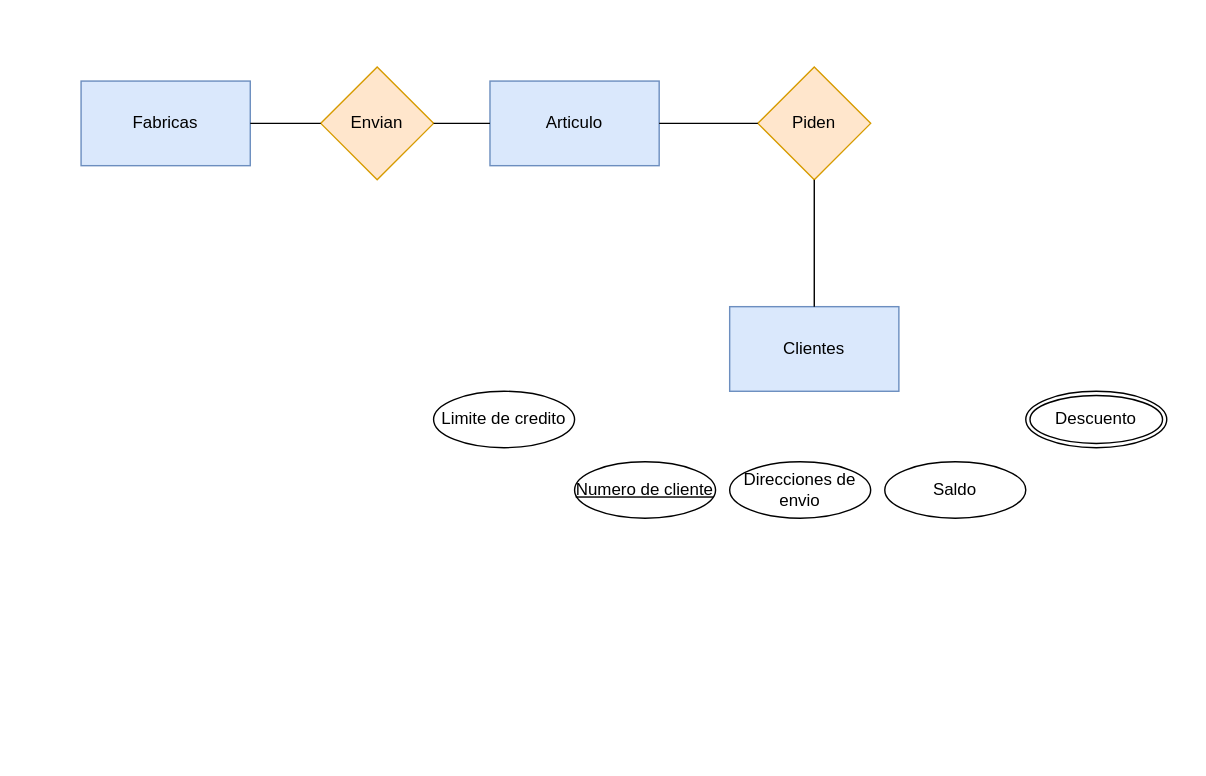
The draw.io diagram Unidad1/Tareas/Tarea 2/Diagrama sin título.drawio in JVC0/Base-Datos, before the edit. Source tidied: cells renumbered, new cells numbered last; positions are measured from the earlier drawing's top-left corner, leaving out a move shared by most shapes. Both pictures are drawn from the tidied source at 141%, with x=0, y=0 at pixel (80, 66).
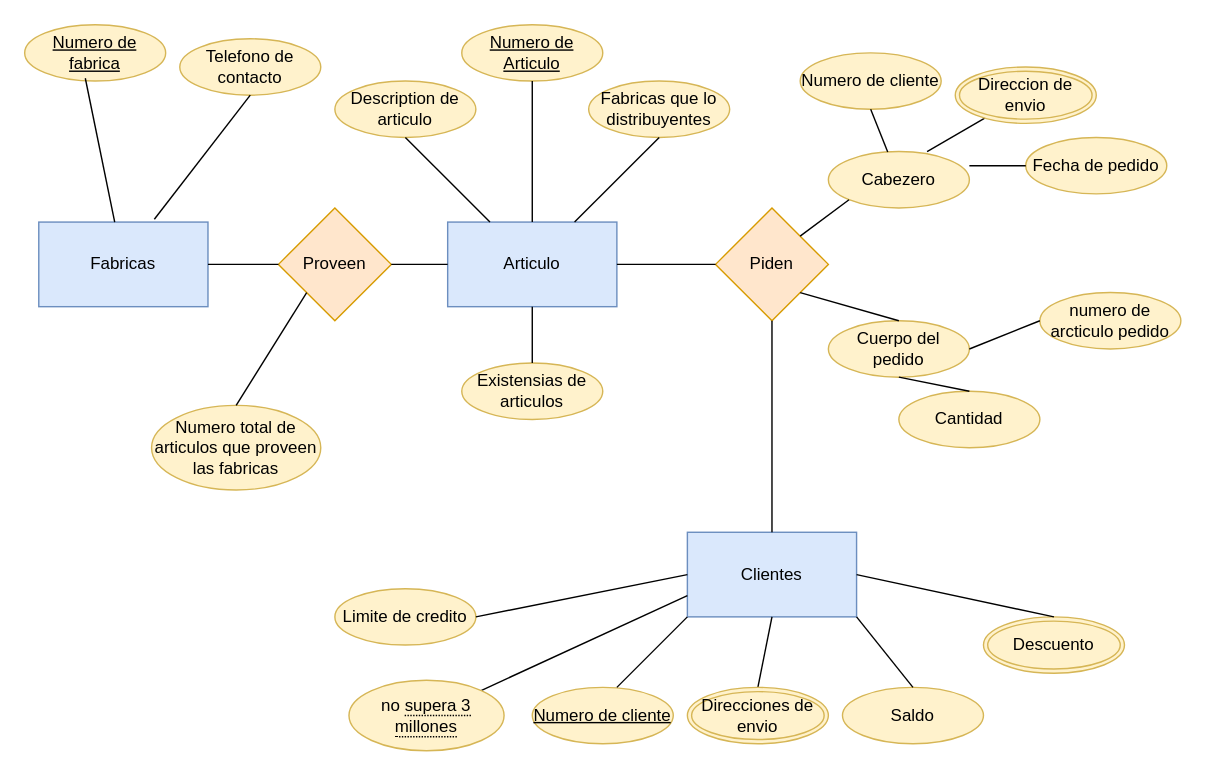
Above is the later version.

The edit, as a diff of the source:
```diff
@@
     <mxCell id="2" value="Fabricas" style="rounded=0;whiteSpace=wrap;html=1;fillColor=#dae8fc;strokeColor=#6c8ebf;" parent="1" vertex="1">
-      <mxGeometry y="10" width="120" height="60" as="geometry" />
+      <mxGeometry x="-30" y="110" width="120" height="60" as="geometry" />
     </mxCell>
-    <mxCell id="3" value="Envian" style="rhombus;whiteSpace=wrap;html=1;fillColor=#ffe6cc;strokeColor=#d79b00;" parent="1" vertex="1">
-      <mxGeometry x="170" width="80" height="80" as="geometry" />
+    <mxCell id="3" value="Proveen" style="rhombus;whiteSpace=wrap;html=1;fillColor=#ffe6cc;strokeColor=#d79b00;" parent="1" vertex="1">
+      <mxGeometry x="140" y="100" width="80" height="80" as="geometry" />
     </mxCell>
     <mxCell id="4" value="Articulo" style="rounded=0;whiteSpace=wrap;html=1;fillColor=#dae8fc;strokeColor=#6c8ebf;" parent="1" vertex="1">
-      <mxGeometry x="290" y="10" width="120" height="60" as="geometry" />
+      <mxGeometry x="260" y="110" width="120" height="60" as="geometry" />
     </mxCell>
     <mxCell id="5" value="Clientes" style="rounded=0;whiteSpace=wrap;html=1;fillColor=#dae8fc;strokeColor=#6c8ebf;" parent="1" vertex="1">
-      <mxGeometry x="460" y="170" width="120" height="60" as="geometry" />
+      <mxGeometry x="430" y="330" width="120" height="60" as="geometry" />
     </mxCell>
     <mxCell id="6" value="Piden" style="rhombus;whiteSpace=wrap;html=1;fillColor=#ffe6cc;strokeColor=#d79b00;" parent="1" vertex="1">
-      <mxGeometry x="480" width="80" height="80" as="geometry" />
+      <mxGeometry x="450" y="100" width="80" height="80" as="geometry" />
     </mxCell>
@@
-    <mxCell id="11" value="&lt;div&gt;Numero de cliente&lt;/div&gt;" style="ellipse;whiteSpace=wrap;html=1;align=center;fontStyle=4;" parent="1" vertex="1">
-      <mxGeometry x="350" y="280" width="100" height="40" as="geometry" />
+    <mxCell id="11" value="&lt;div&gt;Numero de cliente&lt;/div&gt;" style="ellipse;whiteSpace=wrap;html=1;align=center;fontStyle=4;fillColor=#fff2cc;strokeColor=#d6b656;" parent="1" vertex="1">
+      <mxGeometry x="320" y="440" width="100" height="40" as="geometry" />
     </mxCell>
-    <mxCell id="12" value="&lt;div&gt;Saldo&lt;/div&gt;" style="ellipse;whiteSpace=wrap;html=1;align=center;" parent="1" vertex="1">
-      <mxGeometry x="570" y="280" width="100" height="40" as="geometry" />
+    <mxCell id="12" value="&lt;div&gt;Saldo&lt;/div&gt;" style="ellipse;whiteSpace=wrap;html=1;align=center;fillColor=#fff2cc;strokeColor=#d6b656;" parent="1" vertex="1">
+      <mxGeometry x="540" y="440" width="100" height="40" as="geometry" />
     </mxCell>
-    <mxCell id="13" value="Direcciones de envio" style="ellipse;whiteSpace=wrap;html=1;align=center;" parent="1" vertex="1">
-      <mxGeometry x="460" y="280" width="100" height="40" as="geometry" />
-    </mxCell>
-    <mxCell id="14" value="Limite de credito" style="ellipse;whiteSpace=wrap;html=1;align=center;" parent="1" vertex="1">
-      <mxGeometry x="250" y="230" width="100" height="40" as="geometry" />
+    <mxCell id="14" value="Limite de credito" style="ellipse;whiteSpace=wrap;html=1;align=center;fillColor=#fff2cc;strokeColor=#d6b656;" parent="1" vertex="1">
+      <mxGeometry x="180" y="370" width="100" height="40" as="geometry" />
     </mxCell>
-    <mxCell id="15" value="Descuento" style="ellipse;shape=doubleEllipse;margin=3;whiteSpace=wrap;html=1;align=center;" parent="1" vertex="1">
-      <mxGeometry x="670" y="230" width="100" height="40" as="geometry" />
+    <mxCell id="15" value="Descuento" style="ellipse;shape=doubleEllipse;margin=3;whiteSpace=wrap;html=1;align=center;fillColor=#fff2cc;strokeColor=#d6b656;" parent="1" vertex="1">
+      <mxGeometry x="640" y="390" width="100" height="40" as="geometry" />
     </mxCell>
+    <mxCell id="16" style="endArrow=none;html=1;rounded=0;" parent="1" edge="1">
+      <mxGeometry relative="1" as="geometry">
+        <mxPoint x="380" y="440" as="sourcePoint" />
+        <mxPoint x="430" y="390" as="targetPoint" />
+      </mxGeometry>
+    </mxCell>
+    <mxCell id="17" style="endArrow=none;html=1;rounded=0;entryX=0;entryY=0.5;entryDx=0;entryDy=0;exitX=1;exitY=0.5;exitDx=0;exitDy=0;" parent="1" edge="1" source="14" target="5">
+      <mxGeometry relative="1" as="geometry" />
+    </mxCell>
+    <mxCell id="18" style="endArrow=none;html=1;rounded=0;entryX=0.5;entryY=1;entryDx=0;entryDy=0;exitX=0.5;exitY=0;exitDx=0;exitDy=0;" parent="1" edge="1" target="5">
+      <mxGeometry relative="1" as="geometry">
+        <mxPoint x="480" y="440" as="sourcePoint" />
+      </mxGeometry>
+    </mxCell>
+    <mxCell id="19" style="endArrow=none;html=1;rounded=0;entryX=0.5;entryY=0;entryDx=0;entryDy=0;exitX=1;exitY=1;exitDx=0;exitDy=0;" parent="1" edge="1" source="5" target="12">
+      <mxGeometry relative="1" as="geometry" />
+    </mxCell>
+    <mxCell id="20" style="endArrow=none;html=1;rounded=0;entryX=0.5;entryY=0;entryDx=0;entryDy=0;exitX=1;exitY=0.5;exitDx=0;exitDy=0;" parent="1" edge="1" source="5" target="15">
+      <mxGeometry relative="1" as="geometry" />
+    </mxCell>
+    <mxCell id="21" style="endArrow=none;html=1;rounded=0;exitX=0;exitY=0.75;exitDx=0;exitDy=0;" parent="1" edge="1" source="5" target="22">
+      <mxGeometry relative="1" as="geometry" />
+    </mxCell>
+    <mxCell id="22" value="no &lt;span style=&quot;border-bottom: 1px dotted&quot;&gt;supera 3 millones&lt;br&gt;&lt;/span&gt;" style="ellipse;whiteSpace=wrap;html=1;align=center;fillColor=#fff2cc;strokeColor=#d6b656;" parent="1" vertex="1">
+      <mxGeometry x="190" y="435" width="110" height="50" as="geometry" />
+    </mxCell>
+    <mxCell id="13" value="Direcciones de envio" style="ellipse;shape=doubleEllipse;margin=3;whiteSpace=wrap;html=1;align=center;fillColor=#fff2cc;strokeColor=#d6b656;" parent="1" vertex="1">
+      <mxGeometry x="430" y="440" width="100" height="40" as="geometry" />
+    </mxCell>
+    <mxCell id="23" value="Numero de Articulo" style="ellipse;whiteSpace=wrap;html=1;align=center;fontStyle=4;fillColor=#fff2cc;strokeColor=#d6b656;" parent="1" vertex="1">
+      <mxGeometry x="270" y="-30" width="100" height="40" as="geometry" />
+    </mxCell>
+    <mxCell id="24" value="Fabricas que lo distribuyentes" style="ellipse;whiteSpace=wrap;html=1;align=center;fillColor=#fff2cc;strokeColor=#d6b656;" parent="1" vertex="1">
+      <mxGeometry x="360" y="10" width="100" height="40" as="geometry" />
+    </mxCell>
+    <mxCell id="25" value="Existensias de articulos" style="ellipse;whiteSpace=wrap;html=1;align=center;fillColor=#fff2cc;strokeColor=#d6b656;" parent="1" vertex="1">
+      <mxGeometry x="270" y="210" width="100" height="40" as="geometry" />
+    </mxCell>
+    <mxCell id="26" value="Description de articulo" style="ellipse;whiteSpace=wrap;html=1;align=center;fillColor=#fff2cc;strokeColor=#d6b656;" parent="1" vertex="1">
+      <mxGeometry x="180" y="10" width="100" height="40" as="geometry" />
+    </mxCell>
+    <mxCell id="27" style="endArrow=none;html=1;rounded=0;entryX=0.5;entryY=1;entryDx=0;entryDy=0;exitX=0.25;exitY=0;exitDx=0;exitDy=0;" parent="1" edge="1" source="4" target="26">
+      <mxGeometry relative="1" as="geometry" />
+    </mxCell>
+    <mxCell id="28" style="endArrow=none;html=1;rounded=0;" parent="1" edge="1" target="23">
+      <mxGeometry relative="1" as="geometry">
+        <mxPoint x="320" y="110" as="sourcePoint" />
+      </mxGeometry>
+    </mxCell>
+    <mxCell id="29" style="endArrow=none;html=1;rounded=0;entryX=0.5;entryY=1;entryDx=0;entryDy=0;exitX=0.75;exitY=0;exitDx=0;exitDy=0;" parent="1" edge="1" source="4" target="24">
+      <mxGeometry relative="1" as="geometry" />
+    </mxCell>
+    <mxCell id="30" style="endArrow=none;html=1;rounded=0;entryX=0.5;entryY=1;entryDx=0;entryDy=0;" parent="1" edge="1" target="4">
+      <mxGeometry relative="1" as="geometry">
+        <mxPoint x="320" y="210" as="sourcePoint" />
+      </mxGeometry>
+    </mxCell>
+    <mxCell id="31" value="Numero de cliente" style="ellipse;whiteSpace=wrap;html=1;align=center;fillColor=#fff2cc;strokeColor=#d6b656;" parent="1" vertex="1">
+      <mxGeometry x="510" y="-10" width="100" height="40" as="geometry" />
+    </mxCell>
+    <mxCell id="32" value="Cabezero" style="ellipse;whiteSpace=wrap;html=1;align=center;fillColor=#fff2cc;strokeColor=#d6b656;" parent="1" vertex="1">
+      <mxGeometry x="530" y="60" width="100" height="40" as="geometry" />
+    </mxCell>
+    <mxCell id="33" value="Cuerpo del pedido" style="ellipse;whiteSpace=wrap;html=1;align=center;fillColor=#fff2cc;strokeColor=#d6b656;" parent="1" vertex="1">
+      <mxGeometry x="530" y="180" width="100" height="40" as="geometry" />
+    </mxCell>
+    <mxCell id="34" value="Fecha de pedido" style="ellipse;whiteSpace=wrap;html=1;align=center;fillColor=#fff2cc;strokeColor=#d6b656;" parent="1" vertex="1">
+      <mxGeometry x="670" y="50" width="100" height="40" as="geometry" />
+    </mxCell>
+    <mxCell id="35" style="endArrow=none;html=1;rounded=0;entryX=0.5;entryY=1;entryDx=0;entryDy=0;" parent="1" edge="1" source="32" target="31">
+      <mxGeometry relative="1" as="geometry" />
+    </mxCell>
+    <mxCell id="36" style="endArrow=none;html=1;rounded=0;entryX=0;entryY=1;entryDx=0;entryDy=0;" parent="1" edge="1">
+      <mxGeometry relative="1" as="geometry">
+        <mxPoint x="600" y="60" as="sourcePoint" />
+        <mxPoint x="644.6" y="34.1" as="targetPoint" />
+      </mxGeometry>
+    </mxCell>
+    <mxCell id="37" style="endArrow=none;html=1;rounded=0;entryX=0;entryY=0.5;entryDx=0;entryDy=0;exitX=1;exitY=0.25;exitDx=0;exitDy=0;exitPerimeter=0;" parent="1" edge="1" source="32" target="34">
+      <mxGeometry relative="1" as="geometry" />
+    </mxCell>
+    <mxCell id="38" style="endArrow=none;html=1;rounded=0;entryX=0;entryY=1;entryDx=0;entryDy=0;exitX=1;exitY=0;exitDx=0;exitDy=0;" parent="1" edge="1" source="6" target="32">
+      <mxGeometry relative="1" as="geometry" />
+    </mxCell>
+    <mxCell id="39" value="numero de arcticulo pedido" style="ellipse;whiteSpace=wrap;html=1;align=center;fillColor=#fff2cc;strokeColor=#d6b656;" parent="1" vertex="1">
+      <mxGeometry x="680" y="160" width="100" height="40" as="geometry" />
+    </mxCell>
+    <mxCell id="40" value="&lt;div&gt;Cantidad&lt;/div&gt;" style="ellipse;whiteSpace=wrap;html=1;align=center;fillColor=#fff2cc;strokeColor=#d6b656;" parent="1" vertex="1">
+      <mxGeometry x="580" y="230" width="100" height="40" as="geometry" />
+    </mxCell>
+    <mxCell id="41" style="endArrow=none;html=1;rounded=0;entryX=0.5;entryY=1;entryDx=0;entryDy=0;exitX=0.5;exitY=0;exitDx=0;exitDy=0;" parent="1" edge="1" source="40" target="33">
+      <mxGeometry relative="1" as="geometry" />
+    </mxCell>
+    <mxCell id="42" style="endArrow=none;html=1;rounded=0;entryX=1;entryY=1;entryDx=0;entryDy=0;exitX=0.5;exitY=0;exitDx=0;exitDy=0;" parent="1" edge="1" source="33" target="6">
+      <mxGeometry relative="1" as="geometry" />
+    </mxCell>
+    <mxCell id="43" style="endArrow=none;html=1;rounded=0;entryX=0;entryY=0.5;entryDx=0;entryDy=0;exitX=1;exitY=0.5;exitDx=0;exitDy=0;" parent="1" edge="1" source="33" target="39">
+      <mxGeometry relative="1" as="geometry" />
+    </mxCell>
+    <mxCell id="44" value="Numero de fabrica" style="ellipse;whiteSpace=wrap;html=1;align=center;fontStyle=4;fillColor=#fff2cc;strokeColor=#d6b656;" parent="1" vertex="1">
+      <mxGeometry x="-40" y="-30" width="100" height="40" as="geometry" />
+    </mxCell>
+    <mxCell id="45" style="endArrow=none;html=1;rounded=0;entryX=0.43;entryY=0.95;entryDx=0;entryDy=0;entryPerimeter=0;" parent="1" edge="1" source="2" target="44">
+      <mxGeometry relative="1" as="geometry" />
+    </mxCell>
+    <mxCell id="46" value="Telefono de contacto" style="ellipse;whiteSpace=wrap;html=1;align=center;fillColor=#fff2cc;strokeColor=#d6b656;" parent="1" vertex="1">
+      <mxGeometry x="70" y="-20" width="100" height="40" as="geometry" />
+    </mxCell>
+    <mxCell id="47" style="endArrow=none;html=1;rounded=0;entryX=0.5;entryY=1;entryDx=0;entryDy=0;exitX=0.683;exitY=-0.033;exitDx=0;exitDy=0;exitPerimeter=0;" parent="1" edge="1" source="2" target="46">
+      <mxGeometry relative="1" as="geometry" />
+    </mxCell>
+    <mxCell id="48" value="Numero total de articulos que proveen las fabricas" style="ellipse;whiteSpace=wrap;html=1;align=center;fillColor=#fff2cc;strokeColor=#d6b656;" parent="1" vertex="1">
+      <mxGeometry x="50" y="240" width="120" height="60" as="geometry" />
+    </mxCell>
+    <mxCell id="49" style="endArrow=none;html=1;rounded=0;exitX=0.5;exitY=0;exitDx=0;exitDy=0;entryX=0;entryY=1;entryDx=0;entryDy=0;" parent="1" edge="1" source="48" target="3">
+      <mxGeometry relative="1" as="geometry" />
+    </mxCell>
+    <mxCell id="50" value="Direccion de envio" style="ellipse;shape=doubleEllipse;margin=3;whiteSpace=wrap;html=1;align=center;fillColor=#fff2cc;strokeColor=#d6b656;" parent="1" vertex="1">
+      <mxGeometry x="620" width="100" height="40" as="geometry" />
+    </mxCell>
```
